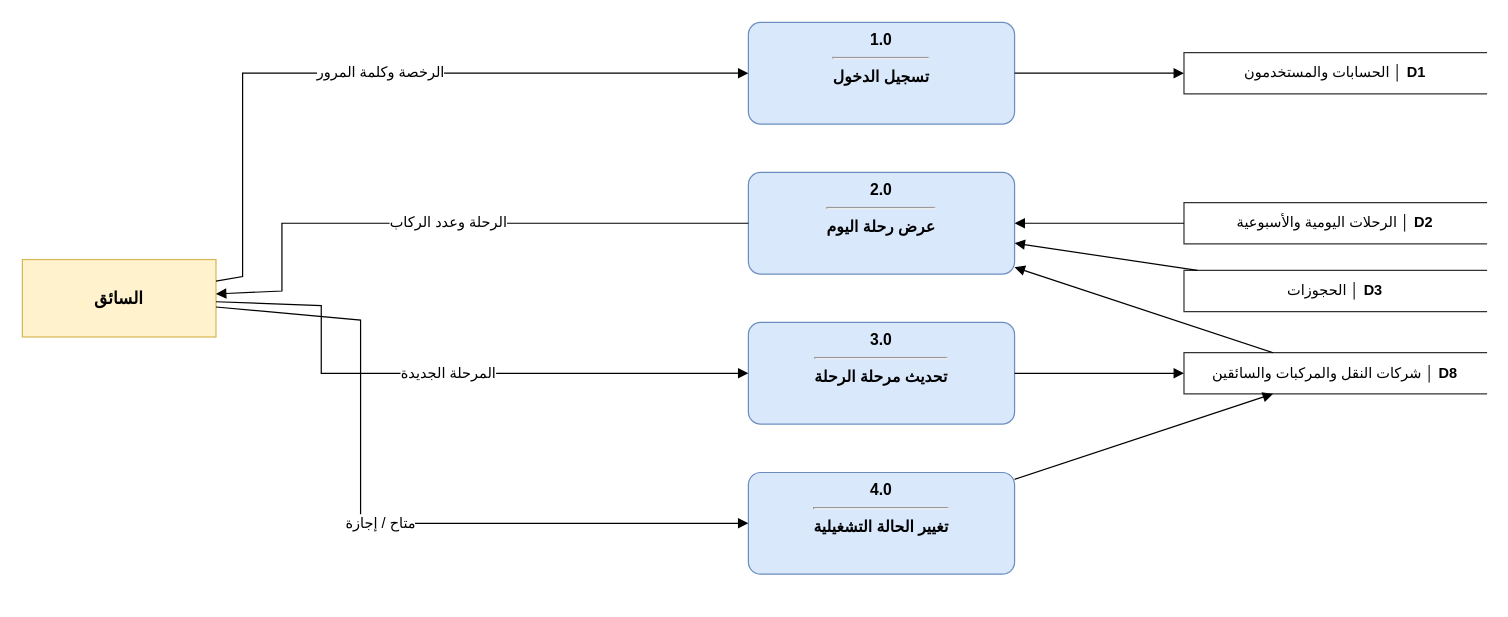
Before: مخططات_التحليل_drawio/dfd06_driver.drawio in masara-prog/Delni-project, a draw.io diagram. Source tidied: cells renumbered, new cells numbered last; positions are measured from the earlier drawing's top-left corner, leaving out a move shared by most shapes. Both pictures are drawn from the tidied source at 121%, with x=0, y=0 at pixel (22, 22).
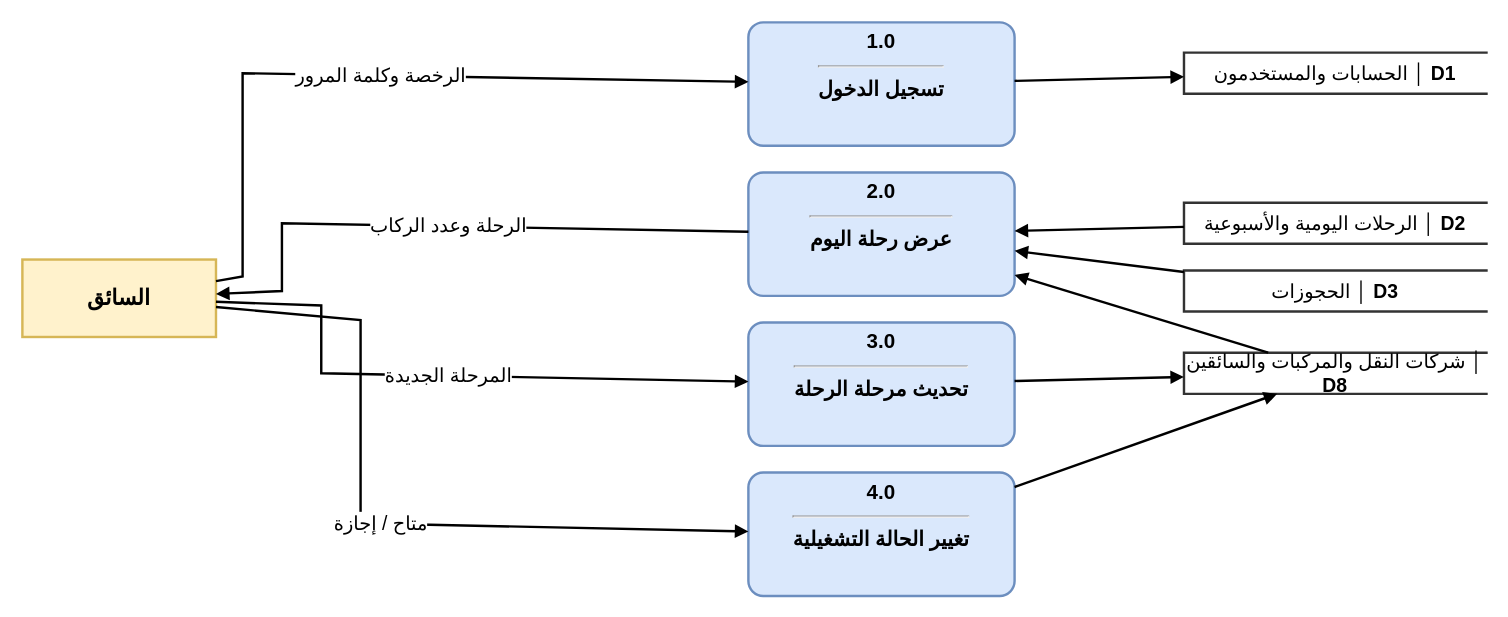
The same page after the edit.

Change to the diagram source:
```diff
@@
-    <mxCell id="2" value="&lt;b&gt;1.0&lt;/b&gt;&lt;hr&gt;تسجيل الدخول" style="rounded=1;arcSize=12;verticalAlign=top;html=1;whiteSpace=wrap;fontFamily=Arial;fontSize=13;fontStyle=1;fillColor=#dae8fc;strokeColor=#6c8ebf;" parent="1" vertex="1">
-      <mxGeometry x="600" width="220" height="84" as="geometry" />
+    <mxCell id="2" value="&lt;b&gt;1.0&lt;/b&gt;&lt;hr&gt;تسجيل الدخول" style="rounded=1;arcSize=12;verticalAlign=top;html=1;whiteSpace=wrap;fontFamily=Arial;fontSize=17;fontStyle=1;fillColor=#dae8fc;strokeColor=#6c8ebf;strokeWidth=2;" parent="1" vertex="1">
+      <mxGeometry x="600" width="220" height="102" as="geometry" />
     </mxCell>
-    <mxCell id="3" value="&lt;b&gt;2.0&lt;/b&gt;&lt;hr&gt;عرض رحلة اليوم" style="rounded=1;arcSize=12;verticalAlign=top;html=1;whiteSpace=wrap;fontFamily=Arial;fontSize=13;fontStyle=1;fillColor=#dae8fc;strokeColor=#6c8ebf;" parent="1" vertex="1">
-      <mxGeometry x="600" y="124" width="220" height="84" as="geometry" />
+    <mxCell id="3" value="&lt;b&gt;2.0&lt;/b&gt;&lt;hr&gt;عرض رحلة اليوم" style="rounded=1;arcSize=12;verticalAlign=top;html=1;whiteSpace=wrap;fontFamily=Arial;fontSize=17;fontStyle=1;fillColor=#dae8fc;strokeColor=#6c8ebf;strokeWidth=2;" parent="1" vertex="1">
+      <mxGeometry x="600" y="124" width="220" height="102" as="geometry" />
     </mxCell>
-    <mxCell id="4" value="&lt;b&gt;3.0&lt;/b&gt;&lt;hr&gt;تحديث مرحلة الرحلة" style="rounded=1;arcSize=12;verticalAlign=top;html=1;whiteSpace=wrap;fontFamily=Arial;fontSize=13;fontStyle=1;fillColor=#dae8fc;strokeColor=#6c8ebf;" parent="1" vertex="1">
-      <mxGeometry x="600" y="248" width="220" height="84" as="geometry" />
+    <mxCell id="4" value="&lt;b&gt;3.0&lt;/b&gt;&lt;hr&gt;تحديث مرحلة الرحلة" style="rounded=1;arcSize=12;verticalAlign=top;html=1;whiteSpace=wrap;fontFamily=Arial;fontSize=17;fontStyle=1;fillColor=#dae8fc;strokeColor=#6c8ebf;strokeWidth=2;" parent="1" vertex="1">
+      <mxGeometry x="600" y="248" width="220" height="102" as="geometry" />
     </mxCell>
-    <mxCell id="5" value="&lt;b&gt;4.0&lt;/b&gt;&lt;hr&gt;تغيير الحالة التشغيلية" style="rounded=1;arcSize=12;verticalAlign=top;html=1;whiteSpace=wrap;fontFamily=Arial;fontSize=13;fontStyle=1;fillColor=#dae8fc;strokeColor=#6c8ebf;" parent="1" vertex="1">
-      <mxGeometry x="600" y="372" width="220" height="84" as="geometry" />
+    <mxCell id="5" value="&lt;b&gt;4.0&lt;/b&gt;&lt;hr&gt;تغيير الحالة التشغيلية" style="rounded=1;arcSize=12;verticalAlign=top;html=1;whiteSpace=wrap;fontFamily=Arial;fontSize=17;fontStyle=1;fillColor=#dae8fc;strokeColor=#6c8ebf;strokeWidth=2;" parent="1" vertex="1">
+      <mxGeometry x="600" y="372" width="220" height="102" as="geometry" />
     </mxCell>
-    <mxCell id="6" value="السائق" style="rounded=0;html=1;whiteSpace=wrap;fontFamily=Arial;fontSize=14;fontStyle=1;fillColor=#fff2cc;strokeColor=#d6b656;" parent="1" vertex="1">
+    <mxCell id="6" value="السائق" style="rounded=0;html=1;whiteSpace=wrap;fontFamily=Arial;fontSize=18;fontStyle=1;fillColor=#fff2cc;strokeColor=#d6b656;strokeWidth=2;" parent="1" vertex="1">
       <mxGeometry y="196" width="160" height="64" as="geometry" />
     </mxCell>
-    <mxCell id="7" value="الحسابات والمستخدمون  │ &lt;b&gt;D1&lt;/b&gt;" style="shape=partialRectangle;right=0;align=center;html=1;whiteSpace=wrap;fontFamily=Arial;fontSize=12;fontStyle=0;fillColor=#ffffff;strokeColor=#333333;" parent="1" vertex="1">
+    <mxCell id="7" value="الحسابات والمستخدمون  │ &lt;b&gt;D1&lt;/b&gt;" style="shape=partialRectangle;right=0;align=center;html=1;whiteSpace=wrap;fontFamily=Arial;fontSize=16;fontStyle=0;fillColor=#ffffff;strokeColor=#333333;strokeWidth=2;" parent="1" vertex="1">
       <mxGeometry x="960" y="25" width="250" height="34" as="geometry" />
     </mxCell>
-    <mxCell id="8" value="الرحلات اليومية والأسبوعية  │ &lt;b&gt;D2&lt;/b&gt;" style="shape=partialRectangle;right=0;align=center;html=1;whiteSpace=wrap;fontFamily=Arial;fontSize=12;fontStyle=0;fillColor=#ffffff;strokeColor=#333333;" parent="1" vertex="1">
+    <mxCell id="8" value="الرحلات اليومية والأسبوعية  │ &lt;b&gt;D2&lt;/b&gt;" style="shape=partialRectangle;right=0;align=center;html=1;whiteSpace=wrap;fontFamily=Arial;fontSize=16;fontStyle=0;fillColor=#ffffff;strokeColor=#333333;strokeWidth=2;" parent="1" vertex="1">
       <mxGeometry x="960" y="149" width="250" height="34" as="geometry" />
     </mxCell>
-    <mxCell id="9" value="الحجوزات  │ &lt;b&gt;D3&lt;/b&gt;" style="shape=partialRectangle;right=0;align=center;html=1;whiteSpace=wrap;fontFamily=Arial;fontSize=12;fontStyle=0;fillColor=#ffffff;strokeColor=#333333;" parent="1" vertex="1">
+    <mxCell id="9" value="الحجوزات  │ &lt;b&gt;D3&lt;/b&gt;" style="shape=partialRectangle;right=0;align=center;html=1;whiteSpace=wrap;fontFamily=Arial;fontSize=16;fontStyle=0;fillColor=#ffffff;strokeColor=#333333;strokeWidth=2;" parent="1" vertex="1">
       <mxGeometry x="960" y="205" width="250" height="34" as="geometry" />
     </mxCell>
-    <mxCell id="10" value="شركات النقل والمركبات والسائقين  │ &lt;b&gt;D8&lt;/b&gt;" style="shape=partialRectangle;right=0;align=center;html=1;whiteSpace=wrap;fontFamily=Arial;fontSize=12;fontStyle=0;fillColor=#ffffff;strokeColor=#333333;" parent="1" vertex="1">
+    <mxCell id="10" value="شركات النقل والمركبات والسائقين  │ &lt;b&gt;D8&lt;/b&gt;" style="shape=partialRectangle;right=0;align=center;html=1;whiteSpace=wrap;fontFamily=Arial;fontSize=16;fontStyle=0;fillColor=#ffffff;strokeColor=#333333;strokeWidth=2;" parent="1" vertex="1">
       <mxGeometry x="960" y="273" width="250" height="34" as="geometry" />
     </mxCell>
-    <mxCell id="11" value="الرخصة وكلمة المرور" style="endArrow=block;endFill=1;html=1;rounded=0;fontFamily=Arial;fontSize=12;labelBackgroundColor=#ffffff;" parent="1" edge="1" source="6" target="2">
+    <mxCell id="11" value="الرخصة وكلمة المرور" style="endArrow=block;endFill=1;html=1;rounded=0;fontFamily=Arial;fontSize=16;labelBackgroundColor=#ffffff;strokeWidth=2;" parent="1" edge="1" source="6" target="2">
       <mxGeometry relative="1" as="geometry">
         <Array as="points">
           <mxPoint x="182" y="210" />
           <mxPoint x="182" y="42" />
         </Array>
       </mxGeometry>
     </mxCell>
-    <mxCell id="12" value="الرحلة وعدد الركاب" style="endArrow=block;endFill=1;html=1;rounded=0;fontFamily=Arial;fontSize=12;labelBackgroundColor=#ffffff;" parent="1" edge="1" source="3" target="6">
+    <mxCell id="12" value="الرحلة وعدد الركاب" style="endArrow=block;endFill=1;html=1;rounded=0;fontFamily=Arial;fontSize=16;labelBackgroundColor=#ffffff;strokeWidth=2;" parent="1" edge="1" source="3" target="6">
       <mxGeometry relative="1" as="geometry">
         <Array as="points">
           <mxPoint x="214.5" y="166" />
           <mxPoint x="214.5" y="222" />
         </Array>
       </mxGeometry>
     </mxCell>
-    <mxCell id="13" value="المرحلة الجديدة" style="endArrow=block;endFill=1;html=1;rounded=0;fontFamily=Arial;fontSize=12;labelBackgroundColor=#ffffff;" parent="1" edge="1" source="6" target="4">
+    <mxCell id="13" value="المرحلة الجديدة" style="endArrow=block;endFill=1;html=1;rounded=0;fontFamily=Arial;fontSize=16;labelBackgroundColor=#ffffff;strokeWidth=2;" parent="1" edge="1" source="6" target="4">
       <mxGeometry relative="1" as="geometry">
         <Array as="points">
           <mxPoint x="247" y="234" />
           <mxPoint x="247" y="290" />
         </Array>
       </mxGeometry>
     </mxCell>
-    <mxCell id="14" value="متاح / إجازة" style="endArrow=block;endFill=1;html=1;rounded=0;fontFamily=Arial;fontSize=12;labelBackgroundColor=#ffffff;" parent="1" edge="1" source="6" target="5">
+    <mxCell id="14" value="متاح / إجازة" style="endArrow=block;endFill=1;html=1;rounded=0;fontFamily=Arial;fontSize=16;labelBackgroundColor=#ffffff;strokeWidth=2;" parent="1" edge="1" source="6" target="5">
       <mxGeometry relative="1" as="geometry">
         <Array as="points">
           <mxPoint x="279.5" y="246" />
           <mxPoint x="279.5" y="414" />
         </Array>
       </mxGeometry>
     </mxCell>
-    <mxCell id="15" style="endArrow=block;endFill=1;html=1;rounded=0;fontFamily=Arial;fontSize=12;labelBackgroundColor=#ffffff;" parent="1" edge="1" source="2" target="7">
+    <mxCell id="15" style="endArrow=block;endFill=1;html=1;rounded=0;fontFamily=Arial;fontSize=16;labelBackgroundColor=#ffffff;strokeWidth=2;" parent="1" edge="1" source="2" target="7">
       <mxGeometry relative="1" as="geometry" />
     </mxCell>
-    <mxCell id="16" style="endArrow=block;endFill=1;html=1;rounded=0;fontFamily=Arial;fontSize=12;labelBackgroundColor=#ffffff;" parent="1" edge="1" source="10" target="3">
+    <mxCell id="16" style="endArrow=block;endFill=1;html=1;rounded=0;fontFamily=Arial;fontSize=16;labelBackgroundColor=#ffffff;strokeWidth=2;" parent="1" edge="1" source="10" target="3">
       <mxGeometry relative="1" as="geometry" />
     </mxCell>
-    <mxCell id="17" style="endArrow=block;endFill=1;html=1;rounded=0;fontFamily=Arial;fontSize=12;labelBackgroundColor=#ffffff;" parent="1" edge="1" source="8" target="3">
+    <mxCell id="17" style="endArrow=block;endFill=1;html=1;rounded=0;fontFamily=Arial;fontSize=16;labelBackgroundColor=#ffffff;strokeWidth=2;" parent="1" edge="1" source="8" target="3">
       <mxGeometry relative="1" as="geometry" />
     </mxCell>
-    <mxCell id="18" style="endArrow=block;endFill=1;html=1;rounded=0;fontFamily=Arial;fontSize=12;labelBackgroundColor=#ffffff;" parent="1" edge="1" source="9" target="3">
+    <mxCell id="18" style="endArrow=block;endFill=1;html=1;rounded=0;fontFamily=Arial;fontSize=16;labelBackgroundColor=#ffffff;strokeWidth=2;" parent="1" edge="1" source="9" target="3">
       <mxGeometry relative="1" as="geometry" />
     </mxCell>
-    <mxCell id="19" style="endArrow=block;endFill=1;html=1;rounded=0;fontFamily=Arial;fontSize=12;labelBackgroundColor=#ffffff;" parent="1" edge="1" source="4" target="10">
+    <mxCell id="19" style="endArrow=block;endFill=1;html=1;rounded=0;fontFamily=Arial;fontSize=16;labelBackgroundColor=#ffffff;strokeWidth=2;" parent="1" edge="1" source="4" target="10">
       <mxGeometry relative="1" as="geometry" />
     </mxCell>
-    <mxCell id="20" style="endArrow=block;endFill=1;html=1;rounded=0;fontFamily=Arial;fontSize=12;labelBackgroundColor=#ffffff;" parent="1" edge="1" source="5" target="10">
+    <mxCell id="20" style="endArrow=block;endFill=1;html=1;rounded=0;fontFamily=Arial;fontSize=16;labelBackgroundColor=#ffffff;strokeWidth=2;" parent="1" edge="1" source="5" target="10">
       <mxGeometry relative="1" as="geometry" />
     </mxCell>
```
